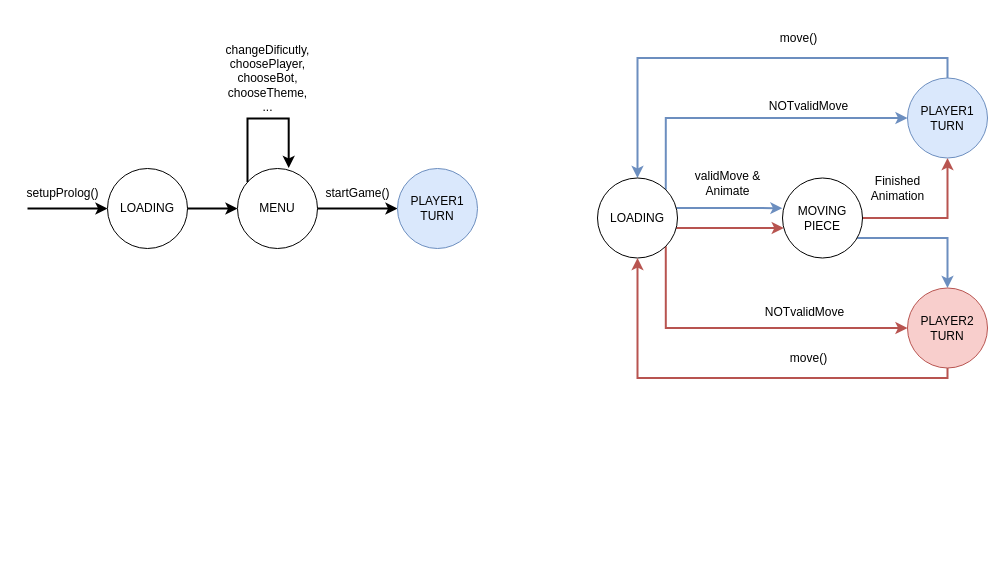
Earlier version of the draw.io diagram Project3/diagrams/LAIG-game-state.drawio (MHelena45/feup-laig). Source tidied: cells renumbered, new cells numbered last; positions are measured from the earlier drawing's top-left corner, leaving out a move shared by most shapes. Both pictures are drawn from the tidied source at 100%, with x=0, y=0 at pixel (17, 43).
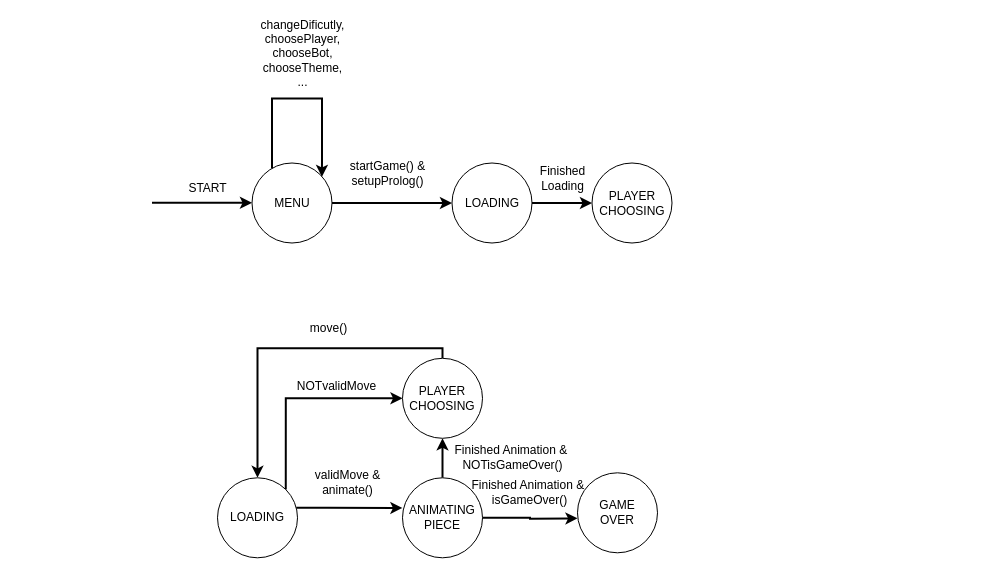
The same diagram, later.

Commit message (it also covers changes not shown here):
Updated diagrams and GameOrchestrator States

Change to the diagram source:
```diff
@@
-    <mxCell id="2" style="edgeStyle=orthogonalEdgeStyle;rounded=0;jettySize=auto;html=1;startArrow=classic;startFill=1;endArrow=none;endFill=0;strokeWidth=2;" parent="1" edge="1" source="3">
-      <mxGeometry relative="1" as="geometry">
-        <mxPoint x="10" y="165" as="targetPoint" />
-      </mxGeometry>
-    </mxCell>
+    <mxCell id="30" style="edgeStyle=orthogonalEdgeStyle;rounded=0;jettySize=auto;html=1;strokeColor=#000000;strokeWidth=2;" parent="1" edge="1" source="3" target="7">
+      <mxGeometry relative="1" as="geometry" />
+    </mxCell>
     <mxCell id="3" value="LOADING" style="ellipse;whiteSpace=wrap;html=1;" parent="1" vertex="1">
-      <mxGeometry x="90" y="125" width="80" height="80" as="geometry" />
+      <mxGeometry x="434.5" y="119.5" width="80" height="80" as="geometry" />
     </mxCell>
-    <mxCell id="4" style="edgeStyle=orthogonalEdgeStyle;rounded=0;jettySize=auto;html=1;startArrow=classic;startFill=1;endArrow=none;endFill=0;strokeWidth=2;" parent="1" edge="1" source="5" target="3">
-      <mxGeometry relative="1" as="geometry" />
-    </mxCell>
     <mxCell id="5" value="MENU" style="ellipse;whiteSpace=wrap;html=1;" parent="1" vertex="1">
-      <mxGeometry x="220" y="125" width="80" height="80" as="geometry" />
+      <mxGeometry x="234.5" y="119.5" width="80" height="80" as="geometry" />
     </mxCell>
-    <mxCell id="6" style="edgeStyle=orthogonalEdgeStyle;rounded=0;jettySize=auto;html=1;entryX=1;entryY=0.5;entryDx=0;entryDy=0;startArrow=classic;startFill=1;endArrow=none;endFill=0;strokeWidth=2;" parent="1" edge="1" source="7" target="5">
+    <mxCell id="6" style="edgeStyle=orthogonalEdgeStyle;rounded=0;jettySize=auto;html=1;entryX=1;entryY=0.5;entryDx=0;entryDy=0;startArrow=classic;startFill=1;endArrow=none;endFill=0;strokeWidth=2;exitX=0;exitY=0.5;exitDx=0;exitDy=0;" parent="1" edge="1" source="3" target="5">
       <mxGeometry relative="1" as="geometry" />
     </mxCell>
-    <mxCell id="7" value="PLAYER1&lt;br&gt;TURN" style="ellipse;whiteSpace=wrap;html=1;fillColor=#dae8fc;strokeColor=#6c8ebf;" parent="1" vertex="1">
-      <mxGeometry x="380" y="125" width="80" height="80" as="geometry" />
+    <mxCell id="7" value="PLAYER CHOOSING" style="ellipse;whiteSpace=wrap;html=1;" parent="1" vertex="1">
+      <mxGeometry x="574.5" y="119.5" width="80" height="80" as="geometry" />
     </mxCell>
-    <mxCell id="8" value="setupProlog()" style="text;html=1;align=center;verticalAlign=middle;" parent="1" vertex="1">
-      <mxGeometry y="139.5" width="90" height="20" as="geometry" />
-    </mxCell>
-    <mxCell id="9" value="startGame()" style="text;html=1;align=center;verticalAlign=middle;" parent="1" vertex="1">
-      <mxGeometry x="300" y="139.5" width="80" height="20" as="geometry" />
+    <mxCell id="9" value="startGame() &amp;amp;&lt;br&gt;setupProlog()" style="text;html=1;align=center;verticalAlign=middle;" parent="1" vertex="1">
+      <mxGeometry x="324.5" y="114.5" width="90" height="30" as="geometry" />
     </mxCell>
-    <mxCell id="10" style="edgeStyle=orthogonalEdgeStyle;rounded=0;jettySize=auto;html=1;entryX=0.5;entryY=0;entryDx=0;entryDy=0;startArrow=classic;startFill=1;endArrow=none;endFill=0;fillColor=#dae8fc;strokeColor=#6c8ebf;strokeWidth=2;" parent="1" edge="1" source="18" target="25">
+    <mxCell id="10" style="edgeStyle=orthogonalEdgeStyle;rounded=0;jettySize=auto;html=1;startArrow=classic;startFill=1;endArrow=none;endFill=0;strokeWidth=2;entryX=0.5;entryY=0;entryDx=0;entryDy=0;" parent="1" edge="1" source="18" target="25">
       <mxGeometry relative="1" as="geometry">
         <Array as="points">
-          <mxPoint x="620" y="14.5" />
-          <mxPoint x="930" y="14.5" />
+          <mxPoint x="240" y="304.8" />
+          <mxPoint x="425" y="304.8" />
         </Array>
       </mxGeometry>
     </mxCell>
@@
-    <mxCell id="12" style="edgeStyle=orthogonalEdgeStyle;rounded=0;jettySize=auto;html=1;exitX=1;exitY=0;exitDx=0;exitDy=0;entryX=0;entryY=0.5;entryDx=0;entryDy=0;startArrow=none;startFill=0;endArrow=classic;endFill=1;strokeWidth=2;fillColor=#dae8fc;strokeColor=#6c8ebf;" parent="1" edge="1" source="18" target="25">
+    <mxCell id="12" style="edgeStyle=orthogonalEdgeStyle;rounded=0;jettySize=auto;html=1;exitX=1;exitY=0;exitDx=0;exitDy=0;entryX=0;entryY=0.5;entryDx=0;entryDy=0;startArrow=none;startFill=0;endArrow=classic;endFill=1;strokeWidth=2;" parent="1" edge="1" source="18" target="25">
       <mxGeometry relative="1" as="geometry">
         <Array as="points">
-          <mxPoint x="649" y="74.5" />
+          <mxPoint x="268" y="354.8" />
         </Array>
       </mxGeometry>
     </mxCell>
@@
-    <mxCell id="14" style="edgeStyle=orthogonalEdgeStyle;rounded=0;jettySize=auto;html=1;exitX=1;exitY=1;exitDx=0;exitDy=0;entryX=0;entryY=0.5;entryDx=0;entryDy=0;startArrow=none;startFill=0;endArrow=classic;endFill=1;strokeWidth=2;fillColor=#f8cecc;strokeColor=#b85450;" parent="1" edge="1" source="18" target="24">
-      <mxGeometry relative="1" as="geometry">
-        <Array as="points">
-          <mxPoint x="649" y="284.5" />
-        </Array>
-      </mxGeometry>
-    </mxCell>
-    <mxCell id="15" value="NOTvalidMove" style="text;html=1;align=center;verticalAlign=middle;labelBackgroundColor=#ffffff;" parent="14" vertex="1">
-      <mxGeometry x="0.21" y="3" relative="1" as="geometry">
-        <mxPoint x="23.8" y="-13.5" as="offset" />
-      </mxGeometry>
-    </mxCell>
-    <mxCell id="16" style="edgeStyle=orthogonalEdgeStyle;rounded=0;jettySize=auto;html=1;entryX=-0.001;entryY=0.377;entryDx=0;entryDy=0;startArrow=none;startFill=0;endArrow=classic;endFill=1;strokeWidth=2;fillColor=#dae8fc;strokeColor=#6c8ebf;entryPerimeter=0;" parent="1" edge="1" source="18" target="21">
+    <mxCell id="16" style="edgeStyle=orthogonalEdgeStyle;rounded=0;jettySize=auto;html=1;entryX=-0.001;entryY=0.377;entryDx=0;entryDy=0;startArrow=none;startFill=0;endArrow=classic;endFill=1;strokeWidth=2;entryPerimeter=0;" parent="1" edge="1" source="18" target="21">
       <mxGeometry relative="1" as="geometry">
         <Array as="points">
-          <mxPoint x="690" y="164.5" />
-          <mxPoint x="690" y="164.5" />
+          <mxPoint x="310" y="464.3" />
+          <mxPoint x="310" y="464.3" />
         </Array>
       </mxGeometry>
     </mxCell>
-    <mxCell id="17" style="edgeStyle=orthogonalEdgeStyle;rounded=0;jettySize=auto;html=1;startArrow=none;startFill=0;endArrow=classic;endFill=1;strokeWidth=2;fillColor=#f8cecc;strokeColor=#b85450;" parent="1" edge="1" source="18" target="21">
-      <mxGeometry relative="1" as="geometry">
-        <Array as="points">
-          <mxPoint x="710" y="184.5" />
-          <mxPoint x="710" y="184.5" />
-        </Array>
-      </mxGeometry>
-    </mxCell>
     <mxCell id="18" value="LOADING" style="ellipse;whiteSpace=wrap;html=1;" parent="1" vertex="1">
-      <mxGeometry x="580" y="134.5" width="80" height="80" as="geometry" />
+      <mxGeometry x="200" y="434.3" width="80" height="80" as="geometry" />
     </mxCell>
-    <mxCell id="19" style="edgeStyle=orthogonalEdgeStyle;rounded=0;jettySize=auto;html=1;entryX=0.5;entryY=0;entryDx=0;entryDy=0;startArrow=none;startFill=0;endArrow=classic;endFill=1;strokeWidth=2;fillColor=#dae8fc;strokeColor=#6c8ebf;" parent="1" edge="1" source="21" target="24">
-      <mxGeometry relative="1" as="geometry">
-        <Array as="points">
-          <mxPoint x="930" y="194.5" />
-        </Array>
-      </mxGeometry>
-    </mxCell>
-    <mxCell id="20" style="edgeStyle=orthogonalEdgeStyle;rounded=0;jettySize=auto;html=1;entryX=0.5;entryY=1;entryDx=0;entryDy=0;startArrow=none;startFill=0;endArrow=classic;endFill=1;strokeWidth=2;fillColor=#f8cecc;strokeColor=#b85450;" parent="1" edge="1" source="21" target="25">
-      <mxGeometry relative="1" as="geometry" />
+    <mxCell id="20" style="edgeStyle=orthogonalEdgeStyle;rounded=0;jettySize=auto;html=1;startArrow=none;startFill=0;endArrow=classic;endFill=1;strokeWidth=2;fillColor=#f8cecc;strokeColor=#000000;" parent="1" edge="1" source="21">
+      <mxGeometry relative="1" as="geometry">
+        <mxPoint x="560" y="474.8" as="targetPoint" />
+      </mxGeometry>
     </mxCell>
+    <mxCell id="31" style="edgeStyle=orthogonalEdgeStyle;rounded=0;jettySize=auto;html=1;entryX=0.5;entryY=1;entryDx=0;entryDy=0;strokeColor=#000000;strokeWidth=2;" parent="1" edge="1" source="21" target="25">
+      <mxGeometry relative="1" as="geometry" />
+    </mxCell>
-    <mxCell id="21" value="MOVING PIECE" style="ellipse;whiteSpace=wrap;html=1;" parent="1" vertex="1">
-      <mxGeometry x="765" y="134.5" width="80" height="80" as="geometry" />
+    <mxCell id="21" value="ANIMATING&lt;br&gt;PIECE" style="ellipse;whiteSpace=wrap;html=1;" parent="1" vertex="1">
+      <mxGeometry x="385" y="434.3" width="80" height="80" as="geometry" />
     </mxCell>
-    <mxCell id="22" style="edgeStyle=orthogonalEdgeStyle;rounded=0;jettySize=auto;html=1;entryX=0.5;entryY=1;entryDx=0;entryDy=0;startArrow=none;startFill=0;endArrow=classic;endFill=1;strokeWidth=2;fillColor=#f8cecc;strokeColor=#b85450;exitX=0.5;exitY=1;exitDx=0;exitDy=0;" parent="1" edge="1" source="24" target="18">
-      <mxGeometry relative="1" as="geometry">
-        <Array as="points">
-          <mxPoint x="930" y="334.5" />
-          <mxPoint x="620" y="334.5" />
-        </Array>
-      </mxGeometry>
-    </mxCell>
-    <mxCell id="23" value="move()" style="text;html=1;align=center;verticalAlign=middle;labelBackgroundColor=#ffffff;" parent="22" vertex="1">
-      <mxGeometry x="0.21" y="-6" relative="1" as="geometry">
-        <mxPoint x="116.3" y="-13.8" as="offset" />
-      </mxGeometry>
-    </mxCell>
-    <mxCell id="24" value="PLAYER2&lt;br&gt;TURN" style="ellipse;whiteSpace=wrap;html=1;fillColor=#f8cecc;strokeColor=#b85450;" parent="1" vertex="1">
-      <mxGeometry x="890" y="244.5" width="80" height="80" as="geometry" />
-    </mxCell>
-    <mxCell id="25" value="PLAYER1&lt;br&gt;TURN" style="ellipse;whiteSpace=wrap;html=1;fillColor=#dae8fc;strokeColor=#6c8ebf;" parent="1" vertex="1">
-      <mxGeometry x="890" y="34.5" width="80" height="80" as="geometry" />
+    <mxCell id="25" value="PLAYER&lt;br&gt;CHOOSING" style="ellipse;whiteSpace=wrap;html=1;" parent="1" vertex="1">
+      <mxGeometry x="385" y="314.8" width="80" height="80" as="geometry" />
     </mxCell>
-    <mxCell id="26" value="Finished&lt;br&gt;Animation" style="text;html=1;align=center;verticalAlign=middle;" parent="1" vertex="1">
-      <mxGeometry x="845" y="129.5" width="70" height="30" as="geometry" />
+    <mxCell id="26" value="Finished Animation &amp;amp;&amp;nbsp;&lt;br&gt;isGameOver()" style="text;html=1;align=center;verticalAlign=middle;" parent="1" vertex="1">
+      <mxGeometry x="447" y="434.3" width="130" height="30" as="geometry" />
     </mxCell>
-    <mxCell id="27" value="validMove &amp;amp;&lt;br&gt;Animate" style="text;html=1;align=center;verticalAlign=middle;" parent="1" vertex="1">
-      <mxGeometry x="670" y="124.5" width="80" height="30" as="geometry" />
+    <mxCell id="27" value="validMove &amp;amp; &lt;br&gt;animate()" style="text;html=1;align=center;verticalAlign=middle;" parent="1" vertex="1">
+      <mxGeometry x="290" y="424.3" width="80" height="30" as="geometry" />
     </mxCell>
-    <mxCell id="28" style="edgeStyle=orthogonalEdgeStyle;rounded=0;orthogonalLoop=1;jettySize=auto;html=1;entryX=0.64;entryY=-0.007;entryDx=0;entryDy=0;entryPerimeter=0;startArrow=none;startFill=0;endArrow=classic;endFill=1;strokeWidth=2;" parent="1" edge="1" source="5" target="5">
+    <mxCell id="28" style="edgeStyle=orthogonalEdgeStyle;rounded=0;orthogonalLoop=1;jettySize=auto;html=1;entryX=0.873;entryY=0.174;entryDx=0;entryDy=0;startArrow=none;startFill=0;endArrow=classic;endFill=1;strokeWidth=2;entryPerimeter=0;" parent="1" edge="1" source="5" target="5">
       <mxGeometry relative="1" as="geometry">
         <Array as="points">
-          <mxPoint x="230" y="75" />
-          <mxPoint x="271" y="75" />
+          <mxPoint x="254.5" y="55" />
+          <mxPoint x="304.5" y="55" />
+          <mxPoint x="304.5" y="119" />
         </Array>
       </mxGeometry>
     </mxCell>
     <mxCell id="29" value="changeDificutly,&lt;br&gt;choosePlayer,&lt;br&gt;chooseBot,&lt;br&gt;chooseTheme,&lt;br&gt;..." style="text;html=1;align=center;verticalAlign=middle;" parent="1" vertex="1">
-      <mxGeometry x="200" width="100" height="70" as="geometry" />
+      <mxGeometry x="234.5" y="-25" width="100" height="70" as="geometry" />
     </mxCell>
+    <mxCell id="32" value="GAME&lt;br&gt;OVER" style="ellipse;whiteSpace=wrap;html=1;" parent="1" vertex="1">
+      <mxGeometry x="560" y="429.3" width="80" height="80" as="geometry" />
+    </mxCell>
+    <mxCell id="33" value="Finished Animation &amp;amp;&amp;nbsp;&lt;br&gt;NOTisGameOver()" style="text;html=1;align=center;verticalAlign=middle;" parent="1" vertex="1">
+      <mxGeometry x="430" y="399.3" width="130" height="30" as="geometry" />
+    </mxCell>
+    <mxCell id="34" style="edgeStyle=orthogonalEdgeStyle;rounded=0;orthogonalLoop=1;jettySize=auto;html=1;startArrow=classic;startFill=1;endArrow=none;endFill=0;strokeWidth=2;" parent="1" edge="1">
+      <mxGeometry relative="1" as="geometry">
+        <mxPoint x="234.5" y="159.3" as="sourcePoint" />
+        <mxPoint x="134.5" y="159.3" as="targetPoint" />
+      </mxGeometry>
+    </mxCell>
+    <mxCell id="35" value="START" style="text;html=1;align=center;verticalAlign=middle;" parent="1" vertex="1">
+      <mxGeometry x="164.5" y="135" width="50" height="20" as="geometry" />
+    </mxCell>
+    <mxCell id="36" value="Finished &lt;br&gt;Loading" style="text;html=1;align=center;verticalAlign=middle;" parent="1" vertex="1">
+      <mxGeometry x="514.5" y="119.5" width="60" height="30" as="geometry" />
+    </mxCell>
```
